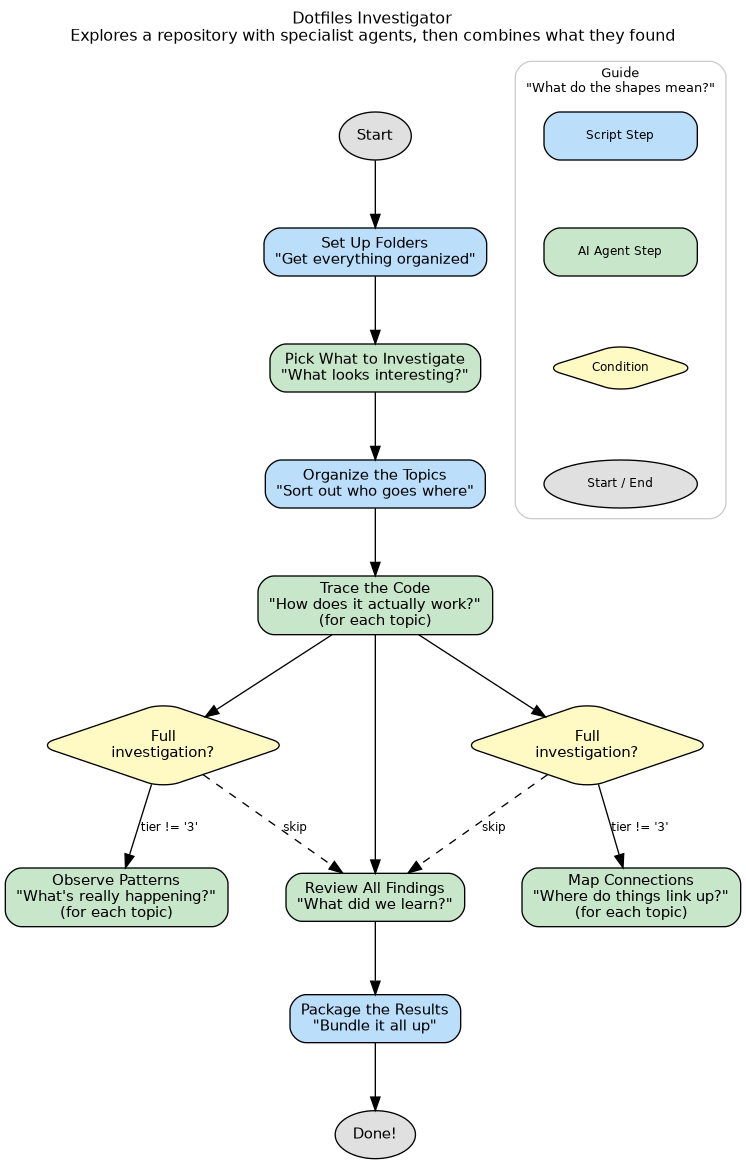
Earlier version of the Graphviz export recipes/dotfiles-investigate.png (bkrabach/amplifier-bundle-dot-docs). Its source is kept beside it as recipes/dotfiles-investigate.dot. Source of this version:
```dot
digraph dotfiles_investigate {
    rankdir=TB
    fontname="Helvetica"
    fontsize=12
    label="Dotfiles Investigator\nExplores a repository with specialist agents, then combines what they found"
    labelloc=t
    labeljust=c
    compound=true
    nodesep=0.6
    ranksep=0.7
    bgcolor="white"
    source_hash="341cdf07729a0f84eda362c6524a5115616254713d0c4482e27165f2e181954e"

    node [fontname="Helvetica", fontsize=11, style="filled,rounded"]
    edge [fontname="Helvetica", fontsize=9]

    start [label="Start", shape=oval, fillcolor="#e0e0e0"]
    done  [label="Done!", shape=oval, fillcolor="#e0e0e0"]

    step_prepare_workspace [label="Set Up Folders\n\"Get everything organized\"", shape=box, fillcolor="#bbdefb", style="filled,rounded", tooltip="mkdir -p '{{investigation_dir}}/wave-1' mkdir -p '{{investigation_dir}}/foreman-notes' echo 'Workspa"]
    step_select_topics [label="Pick What to Investigate\n\"What looks interesting?\"", shape=box, fillcolor="#c8e6c9", style="filled,rounded", tooltip="foundation:explorer"]
    step_build_topic_paths [label="Organize the Topics\n\"Sort out who goes where\"", shape=box, fillcolor="#bbdefb", style="filled,rounded", tooltip="# Write topics to temp file first to avoid string delimiter issues # when {{topics}} contains quotes"]
    step_wave1_code_tracers [label="Trace the Code\n\"How does it actually work?\"\n(for each topic)", shape=box, fillcolor="#c8e6c9", style="filled,rounded", tooltip="parallax-discovery:code-tracer"]
    cond_step_wave1_behavior_observers [label="Full\ninvestigation?", shape=diamond, fillcolor="#fff9c4"]
    step_wave1_behavior_observers [label="Observe Patterns\n\"What's really happening?\"\n(for each topic)", shape=box, fillcolor="#c8e6c9", style="filled,rounded", tooltip="parallax-discovery:behavior-observer"]
    cond_step_wave1_integration_mappers [label="Full\ninvestigation?", shape=diamond, fillcolor="#fff9c4"]
    step_wave1_integration_mappers [label="Map Connections\n\"Where do things link up?\"\n(for each topic)", shape=box, fillcolor="#c8e6c9", style="filled,rounded", tooltip="parallax-discovery:integration-mapper"]
    step_lead_investigator [label="Review All Findings\n\"What did we learn?\"", shape=box, fillcolor="#c8e6c9", style="filled,rounded", tooltip="parallax-discovery:lead-investigator"]
    step_build_manifest [label="Package the Results\n\"Bundle it all up\"", shape=box, fillcolor="#bbdefb", style="filled,rounded", tooltip="# Write template variables to temp files to avoid string delimiter issues cat > /tmp/dotfiles_manife"]

    start -> step_prepare_workspace
    step_prepare_workspace -> step_select_topics
    step_select_topics -> step_build_topic_paths
    step_build_topic_paths -> step_wave1_code_tracers
    step_wave1_code_tracers -> cond_step_wave1_behavior_observers
    cond_step_wave1_behavior_observers -> step_wave1_behavior_observers [label="tier != '3'"]
    step_wave1_code_tracers -> cond_step_wave1_integration_mappers
    cond_step_wave1_integration_mappers -> step_wave1_integration_mappers [label="tier != '3'"]
    step_wave1_code_tracers -> step_lead_investigator
    step_lead_investigator -> step_build_manifest
    cond_step_wave1_behavior_observers -> step_lead_investigator [label="skip", style=dashed]
    cond_step_wave1_integration_mappers -> step_lead_investigator [label="skip", style=dashed]
    step_build_manifest -> done

    subgraph cluster_legend {
        label="Guide\n\"What do the shapes mean?\""
        style="filled,rounded"
        fillcolor="white"
        color="#cccccc"
        fontsize=10
        node [shape=box, fontsize=9, width=1.6]
        leg_bash [label="Script Step", shape=box, fillcolor="#bbdefb"]
        leg_agent [label="AI Agent Step", shape=box, fillcolor="#c8e6c9"]
        leg_cond [label="Condition", shape=diamond, fillcolor="#fff9c4"]
        leg_start [label="Start / End", shape=oval, fillcolor="#e0e0e0"]
        leg_bash -> leg_agent -> leg_cond -> leg_start [style=invis]
    }
}
```
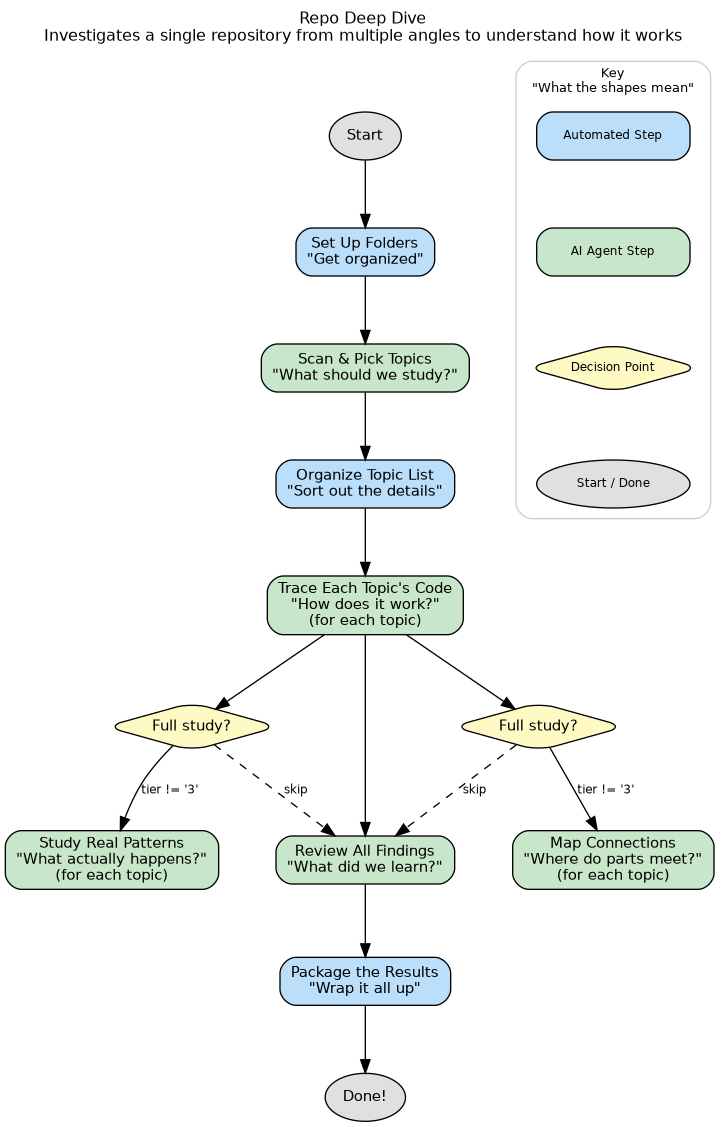
After the change.

What changed in the source:
```diff
@@ -2,7 +2,7 @@
     rankdir=TB
     fontname="Helvetica"
     fontsize=12
-    label="Dotfiles Investigator\nExplores a repository with specialist agents, then combines what they found"
+    label="Repo Deep Dive\nInvestigates a single repository from multiple angles to understand how it works"
     labelloc=t
     labeljust=c
     compound=true
@@ -17,16 +17,16 @@
     start [label="Start", shape=oval, fillcolor="#e0e0e0"]
     done  [label="Done!", shape=oval, fillcolor="#e0e0e0"]
 
-    step_prepare_workspace [label="Set Up Folders\n\"Get everything organized\"", shape=box, fillcolor="#bbdefb", style="filled,rounded", tooltip="mkdir -p '{{investigation_dir}}/wave-1' mkdir -p '{{investigation_dir}}/foreman-notes' echo 'Workspa"]
-    step_select_topics [label="Pick What to Investigate\n\"What looks interesting?\"", shape=box, fillcolor="#c8e6c9", style="filled,rounded", tooltip="foundation:explorer"]
-    step_build_topic_paths [label="Organize the Topics\n\"Sort out who goes where\"", shape=box, fillcolor="#bbdefb", style="filled,rounded", tooltip="# Write topics to temp file first to avoid string delimiter issues # when {{topics}} contains quotes"]
-    step_wave1_code_tracers [label="Trace the Code\n\"How does it actually work?\"\n(for each topic)", shape=box, fillcolor="#c8e6c9", style="filled,rounded", tooltip="parallax-discovery:code-tracer"]
-    cond_step_wave1_behavior_observers [label="Full\ninvestigation?", shape=diamond, fillcolor="#fff9c4"]
-    step_wave1_behavior_observers [label="Observe Patterns\n\"What's really happening?\"\n(for each topic)", shape=box, fillcolor="#c8e6c9", style="filled,rounded", tooltip="parallax-discovery:behavior-observer"]
-    cond_step_wave1_integration_mappers [label="Full\ninvestigation?", shape=diamond, fillcolor="#fff9c4"]
-    step_wave1_integration_mappers [label="Map Connections\n\"Where do things link up?\"\n(for each topic)", shape=box, fillcolor="#c8e6c9", style="filled,rounded", tooltip="parallax-discovery:integration-mapper"]
+    step_prepare_workspace [label="Set Up Folders\n\"Get organized\"", shape=box, fillcolor="#bbdefb", style="filled,rounded", tooltip="mkdir -p '{{investigation_dir}}/wave-1' mkdir -p '{{investigation_dir}}/foreman-notes' echo 'Workspa"]
+    step_select_topics [label="Scan & Pick Topics\n\"What should we study?\"", shape=box, fillcolor="#c8e6c9", style="filled,rounded", tooltip="foundation:explorer"]
+    step_build_topic_paths [label="Organize Topic List\n\"Sort out the details\"", shape=box, fillcolor="#bbdefb", style="filled,rounded", tooltip="# Write topics to temp file first to avoid string delimiter issues # when {{topics}} contains quotes"]
+    step_wave1_code_tracers [label="Trace Each Topic's Code\n\"How does it work?\"\n(for each topic)", shape=box, fillcolor="#c8e6c9", style="filled,rounded", tooltip="parallax-discovery:code-tracer"]
+    cond_step_wave1_behavior_observers [label="Full study?", shape=diamond, fillcolor="#fff9c4"]
+    step_wave1_behavior_observers [label="Study Real Patterns\n\"What actually happens?\"\n(for each topic)", shape=box, fillcolor="#c8e6c9", style="filled,rounded", tooltip="parallax-discovery:behavior-observer"]
+    cond_step_wave1_integration_mappers [label="Full study?", shape=diamond, fillcolor="#fff9c4"]
+    step_wave1_integration_mappers [label="Map Connections\n\"Where do parts meet?\"\n(for each topic)", shape=box, fillcolor="#c8e6c9", style="filled,rounded", tooltip="parallax-discovery:integration-mapper"]
     step_lead_investigator [label="Review All Findings\n\"What did we learn?\"", shape=box, fillcolor="#c8e6c9", style="filled,rounded", tooltip="parallax-discovery:lead-investigator"]
-    step_build_manifest [label="Package the Results\n\"Bundle it all up\"", shape=box, fillcolor="#bbdefb", style="filled,rounded", tooltip="# Write template variables to temp files to avoid string delimiter issues cat > /tmp/dotfiles_manife"]
+    step_build_manifest [label="Package the Results\n\"Wrap it all up\"", shape=box, fillcolor="#bbdefb", style="filled,rounded", tooltip="# Write template variables to temp files to avoid string delimiter issues cat > /tmp/dotfiles_manife"]
 
     start -> step_prepare_workspace
     step_prepare_workspace -> step_select_topics
@@ -43,16 +43,16 @@
     step_build_manifest -> done
 
     subgraph cluster_legend {
-        label="Guide\n\"What do the shapes mean?\""
+        label="Key\n\"What the shapes mean\""
         style="filled,rounded"
         fillcolor="white"
         color="#cccccc"
         fontsize=10
         node [shape=box, fontsize=9, width=1.6]
-        leg_bash [label="Script Step", shape=box, fillcolor="#bbdefb"]
+        leg_bash [label="Automated Step", shape=box, fillcolor="#bbdefb"]
         leg_agent [label="AI Agent Step", shape=box, fillcolor="#c8e6c9"]
-        leg_cond [label="Condition", shape=diamond, fillcolor="#fff9c4"]
-        leg_start [label="Start / End", shape=oval, fillcolor="#e0e0e0"]
+        leg_cond [label="Decision Point", shape=diamond, fillcolor="#fff9c4"]
+        leg_start [label="Start / Done", shape=oval, fillcolor="#e0e0e0"]
         leg_bash -> leg_agent -> leg_cond -> leg_start [style=invis]
     }
 }
```
